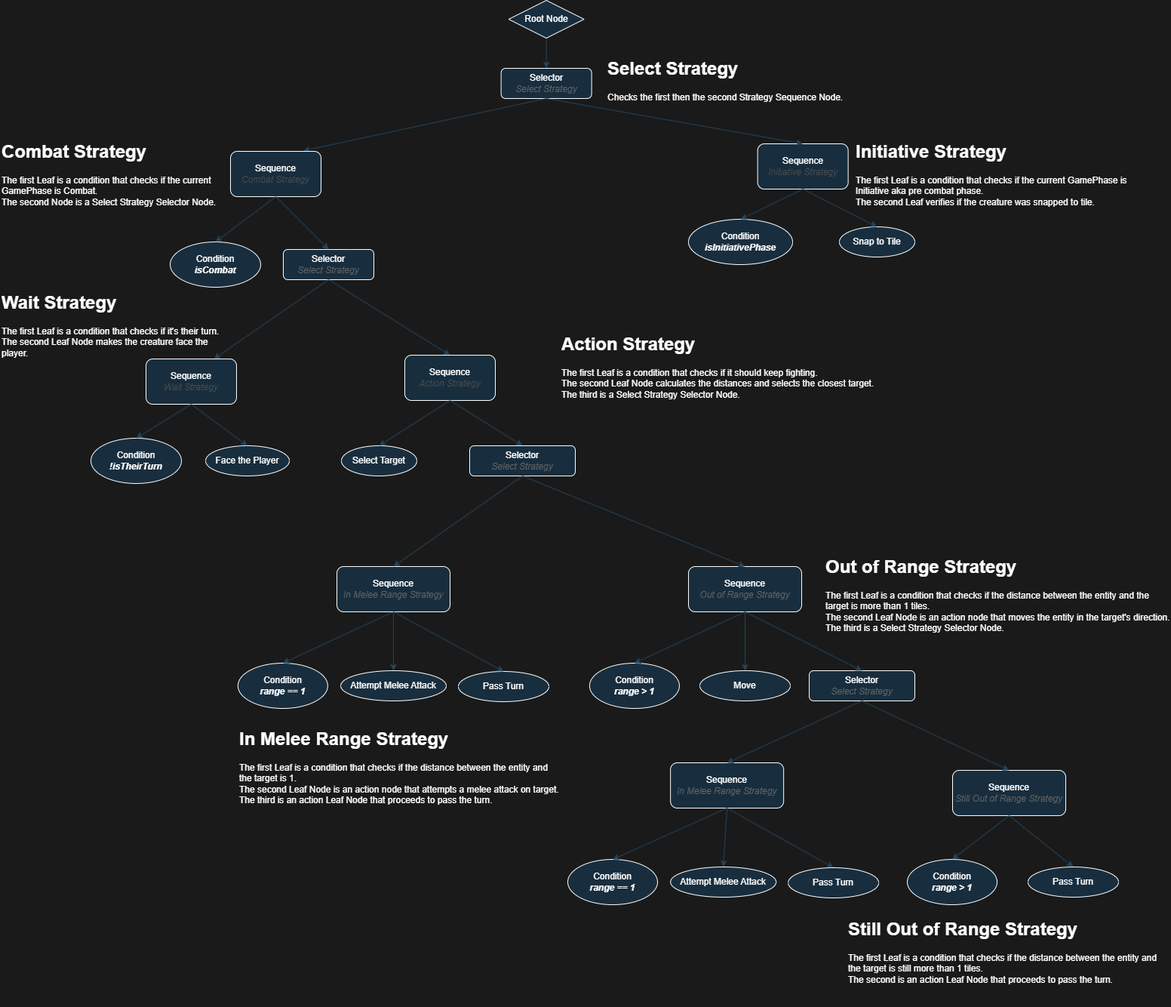
Tiniky/ExitTheDungeon keeps this draw.io diagram as BigEnemy_BT.drawio.png. Above is the earlier version. Source tidied: cells renumbered, new cells last; positions are measured from the earlier drawing's top-left corner, leaving out a move shared by most shapes.
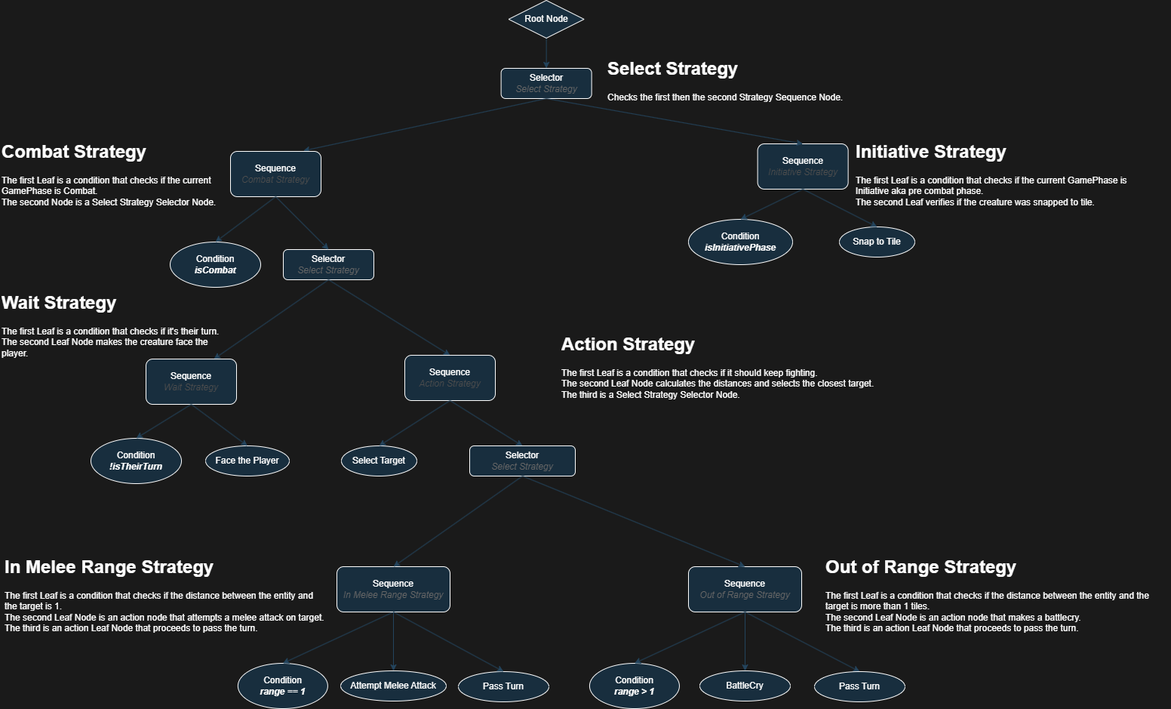
The same file after the commit.

Change to the diagram source:
```diff
@@ -80,9 +80,6 @@
     <mxCell id="27" style="endArrow=classic;html=1;rounded=0;exitX=0.5;exitY=1;exitDx=0;exitDy=0;entryX=0.5;entryY=0;entryDx=0;entryDy=0;labelBackgroundColor=none;strokeColor=#23445D;fontColor=default;" parent="1" edge="1" source="39" target="26">
       <mxGeometry relative="1" as="geometry" />
     </mxCell>
-    <mxCell id="28" value="Selector&lt;div&gt;&lt;i style=&quot;color: rgb(102, 102, 102);&quot;&gt;Select Strategy&lt;/i&gt;&lt;br&gt;&lt;/div&gt;" style="rounded=1;whiteSpace=wrap;html=1;labelBackgroundColor=none;fillColor=#182E3E;strokeColor=#FFFFFF;fontColor=#FFFFFF;" parent="1" vertex="1">
-      <mxGeometry x="1072" y="888" width="140" height="40" as="geometry" />
-    </mxCell>
     <mxCell id="29" value="Pass Turn" style="ellipse;whiteSpace=wrap;html=1;labelBackgroundColor=none;fillColor=#182E3E;strokeColor=#FFFFFF;fontColor=#FFFFFF;" parent="1" vertex="1">
       <mxGeometry x="607" y="889" width="120" height="40" as="geometry" />
     </mxCell>
@@ -134,7 +131,7 @@
     <mxCell id="45" value="Condition&lt;div&gt;&lt;b&gt;&lt;i&gt;range &amp;gt; 1&lt;/i&gt;&lt;/b&gt;&lt;/div&gt;" style="ellipse;whiteSpace=wrap;html=1;labelBackgroundColor=none;fillColor=#182E3E;strokeColor=#FFFFFF;fontColor=#FFFFFF;" parent="1" vertex="1">
       <mxGeometry x="780.9" y="878" width="119" height="60" as="geometry" />
     </mxCell>
-    <mxCell id="46" value="Move" style="ellipse;whiteSpace=wrap;html=1;labelBackgroundColor=none;fillColor=#182E3E;strokeColor=#FFFFFF;fontColor=#FFFFFF;" parent="1" vertex="1">
+    <mxCell id="46" value="BattleCry" style="ellipse;whiteSpace=wrap;html=1;labelBackgroundColor=none;fillColor=#182E3E;strokeColor=#FFFFFF;fontColor=#FFFFFF;" parent="1" vertex="1">
       <mxGeometry x="927" y="888" width="120" height="40" as="geometry" />
     </mxCell>
     <mxCell id="47" style="endArrow=classic;html=1;rounded=0;exitX=0.5;exitY=1;exitDx=0;exitDy=0;entryX=0.5;entryY=0;entryDx=0;entryDy=0;labelBackgroundColor=none;strokeColor=#23445D;fontColor=default;" parent="1" edge="1" source="38" target="45">
@@ -143,59 +140,17 @@
     <mxCell id="48" style="endArrow=classic;html=1;rounded=0;exitX=0.5;exitY=1;exitDx=0;exitDy=0;labelBackgroundColor=none;strokeColor=#23445D;fontColor=default;" parent="1" edge="1" source="38" target="46">
       <mxGeometry relative="1" as="geometry" />
     </mxCell>
-    <mxCell id="49" style="endArrow=classic;html=1;rounded=0;exitX=0.5;exitY=1;exitDx=0;exitDy=0;entryX=0.5;entryY=0;entryDx=0;entryDy=0;labelBackgroundColor=none;strokeColor=#23445D;fontColor=default;" parent="1" edge="1" source="38" target="28">
+    <mxCell id="49" style="endArrow=classic;html=1;rounded=0;exitX=0.5;exitY=1;exitDx=0;exitDy=0;entryX=0.5;entryY=0;entryDx=0;entryDy=0;labelBackgroundColor=none;strokeColor=#23445D;fontColor=default;" parent="1" edge="1" source="38" target="67">
       <mxGeometry relative="1" as="geometry" />
     </mxCell>
-    <mxCell id="50" value="Sequence&lt;div&gt;&lt;i style=&quot;color: rgb(102, 102, 102);&quot;&gt;In Melee Range Strategy&lt;/i&gt;&lt;br&gt;&lt;/div&gt;" style="rounded=1;whiteSpace=wrap;html=1;labelBackgroundColor=none;fillColor=#182E3E;strokeColor=#FFFFFF;fontColor=#FFFFFF;" parent="1" vertex="1">
-      <mxGeometry x="888.1" y="1010" width="150" height="60" as="geometry" />
-    </mxCell>
-    <mxCell id="51" value="Condition&lt;div&gt;&lt;b&gt;&lt;i&gt;range == 1&lt;/i&gt;&lt;/b&gt;&lt;/div&gt;" style="ellipse;whiteSpace=wrap;html=1;labelBackgroundColor=none;fillColor=#182E3E;strokeColor=#FFFFFF;fontColor=#FFFFFF;" parent="1" vertex="1">
-      <mxGeometry x="752" y="1138" width="119" height="60" as="geometry" />
-    </mxCell>
-    <mxCell id="52" value="Attempt Melee Attack" style="ellipse;whiteSpace=wrap;html=1;labelBackgroundColor=none;fillColor=#182E3E;strokeColor=#FFFFFF;fontColor=#FFFFFF;" parent="1" vertex="1">
-      <mxGeometry x="888.1" y="1148" width="140" height="40" as="geometry" />
-    </mxCell>
-    <mxCell id="53" style="endArrow=classic;html=1;rounded=0;exitX=0.5;exitY=1;exitDx=0;exitDy=0;entryX=0.5;entryY=0;entryDx=0;entryDy=0;labelBackgroundColor=none;strokeColor=#23445D;fontColor=default;" parent="1" edge="1" source="50" target="51">
-      <mxGeometry relative="1" as="geometry" />
-    </mxCell>
-    <mxCell id="54" style="endArrow=classic;html=1;rounded=0;exitX=0.5;exitY=1;exitDx=0;exitDy=0;entryX=0.5;entryY=0;entryDx=0;entryDy=0;labelBackgroundColor=none;strokeColor=#23445D;fontColor=default;" parent="1" edge="1" source="50" target="52">
-      <mxGeometry relative="1" as="geometry" />
-    </mxCell>
-    <mxCell id="55" style="endArrow=classic;html=1;rounded=0;entryX=0.5;entryY=0;entryDx=0;entryDy=0;exitX=0.5;exitY=1;exitDx=0;exitDy=0;labelBackgroundColor=none;strokeColor=#23445D;fontColor=default;" parent="1" edge="1" source="50" target="56">
-      <mxGeometry relative="1" as="geometry" />
-    </mxCell>
-    <mxCell id="56" value="Pass Turn" style="ellipse;whiteSpace=wrap;html=1;labelBackgroundColor=none;fillColor=#182E3E;strokeColor=#FFFFFF;fontColor=#FFFFFF;" parent="1" vertex="1">
-      <mxGeometry x="1044.1" y="1149" width="120" height="40" as="geometry" />
-    </mxCell>
-    <mxCell id="57" value="Sequence&lt;div&gt;&lt;i style=&quot;color: rgb(102, 102, 102);&quot;&gt;Still Out of Range Strategy&lt;/i&gt;&lt;br&gt;&lt;/div&gt;" style="rounded=1;whiteSpace=wrap;html=1;labelBackgroundColor=none;fillColor=#182E3E;strokeColor=#FFFFFF;fontColor=#FFFFFF;" parent="1" vertex="1">
-      <mxGeometry x="1262" y="1020" width="150" height="60" as="geometry" />
-    </mxCell>
-    <mxCell id="58" value="Condition&lt;div&gt;&lt;b&gt;&lt;i&gt;range &amp;gt; 1&lt;/i&gt;&lt;/b&gt;&lt;/div&gt;" style="ellipse;whiteSpace=wrap;html=1;labelBackgroundColor=none;fillColor=#182E3E;strokeColor=#FFFFFF;fontColor=#FFFFFF;" parent="1" vertex="1">
-      <mxGeometry x="1202" y="1138" width="119" height="60" as="geometry" />
-    </mxCell>
-    <mxCell id="59" style="endArrow=classic;html=1;rounded=0;exitX=0.5;exitY=1;exitDx=0;exitDy=0;entryX=0.5;entryY=0;entryDx=0;entryDy=0;labelBackgroundColor=none;strokeColor=#23445D;fontColor=default;" parent="1" edge="1" source="57" target="58">
-      <mxGeometry relative="1" as="geometry" />
-    </mxCell>
-    <mxCell id="60" style="endArrow=classic;html=1;rounded=0;entryX=0.5;entryY=0;entryDx=0;entryDy=0;exitX=0.5;exitY=1;exitDx=0;exitDy=0;labelBackgroundColor=none;strokeColor=#23445D;fontColor=default;" parent="1" edge="1" source="57" target="61">
-      <mxGeometry relative="1" as="geometry" />
-    </mxCell>
-    <mxCell id="61" value="Pass Turn" style="ellipse;whiteSpace=wrap;html=1;labelBackgroundColor=none;fillColor=#182E3E;strokeColor=#FFFFFF;fontColor=#FFFFFF;" parent="1" vertex="1">
-      <mxGeometry x="1362" y="1148" width="120" height="40" as="geometry" />
-    </mxCell>
-    <mxCell id="62" style="endArrow=classic;html=1;rounded=0;exitX=0.5;exitY=1;exitDx=0;exitDy=0;entryX=0.5;entryY=0;entryDx=0;entryDy=0;labelBackgroundColor=none;strokeColor=#23445D;fontColor=default;" parent="1" edge="1" source="28" target="50">
-      <mxGeometry relative="1" as="geometry" />
-    </mxCell>
-    <mxCell id="63" style="endArrow=classic;html=1;rounded=0;exitX=0.5;exitY=1;exitDx=0;exitDy=0;entryX=0.5;entryY=0;entryDx=0;entryDy=0;labelBackgroundColor=none;strokeColor=#23445D;fontColor=default;" parent="1" edge="1" source="28" target="57">
-      <mxGeometry relative="1" as="geometry" />
-    </mxCell>
     <mxCell id="64" value="&lt;h1 style=&quot;margin-top: 0px;&quot;&gt;In Melee Range Strategy&lt;/h1&gt;&lt;div&gt;The first Leaf is a condition that checks if the distance between the entity and the target is 1.&lt;/div&gt;&lt;div&gt;The second Leaf Node is an action node that attempts a melee attack on target.&lt;/div&gt;&lt;div&gt;The third is an action Leaf Node that proceeds to pass the turn.&lt;/div&gt;" style="text;html=1;whiteSpace=wrap;overflow=hidden;rounded=0;labelBackgroundColor=none;fontColor=#FFFFFF;" parent="1" vertex="1">
-      <mxGeometry x="314.9" y="958" width="430" height="120" as="geometry" />
+      <mxGeometry x="3.9" y="730" width="430" height="120" as="geometry" />
     </mxCell>
-    <mxCell id="65" value="&lt;h1 style=&quot;margin-top: 0px;&quot;&gt;Out of Range Strategy&lt;/h1&gt;&lt;div&gt;The first Leaf is a condition that checks if the distance between the entity and the target is more than 1 tiles.&lt;/div&gt;&lt;div&gt;The second Leaf Node is an action node that moves the entity in the target's direction.&lt;/div&gt;&lt;div&gt;The third is a Select Strategy Selector Node.&lt;br&gt;&lt;/div&gt;" style="text;html=1;whiteSpace=wrap;overflow=hidden;rounded=0;labelBackgroundColor=none;fontColor=#FFFFFF;" parent="1" vertex="1">
+    <mxCell id="65" value="&lt;h1 style=&quot;margin-top: 0px;&quot;&gt;Out of Range Strategy&lt;/h1&gt;&lt;div&gt;The first Leaf is a condition that checks if the distance between the entity and the target is more than 1 tiles.&lt;/div&gt;&lt;div&gt;The second Leaf Node is an action node that makes a battlecry.&lt;/div&gt;&lt;div&gt;The third is an action Leaf Node that proceeds to pass the turn.&lt;br&gt;&lt;/div&gt;" style="text;html=1;whiteSpace=wrap;overflow=hidden;rounded=0;labelBackgroundColor=none;fontColor=#FFFFFF;" parent="1" vertex="1">
       <mxGeometry x="1092" y="730" width="460" height="120" as="geometry" />
     </mxCell>
-    <mxCell id="66" value="&lt;h1 style=&quot;margin-top: 0px;&quot;&gt;Still Out of Range Strategy&lt;/h1&gt;&lt;div&gt;The first Leaf is a condition that checks if the distance between the entity and the target is still more than 1 tiles.&lt;/div&gt;&lt;div&gt;The second is an action Leaf Node that proceeds to pass the turn.&lt;/div&gt;" style="text;html=1;whiteSpace=wrap;overflow=hidden;rounded=0;labelBackgroundColor=none;fontColor=#FFFFFF;" parent="1" vertex="1">
-      <mxGeometry x="1122" y="1210" width="430" height="120" as="geometry" />
-    </mxCell>
+    <mxCell id="67" value="Pass Turn" style="ellipse;whiteSpace=wrap;html=1;labelBackgroundColor=none;fillColor=#182E3E;strokeColor=#FFFFFF;fontColor=#FFFFFF;" parent="1" vertex="1">
+      <mxGeometry x="1079" y="889" width="120" height="40" as="geometry" />
+    </mxCell>
   </root>
 </mxGraphModel>
```
